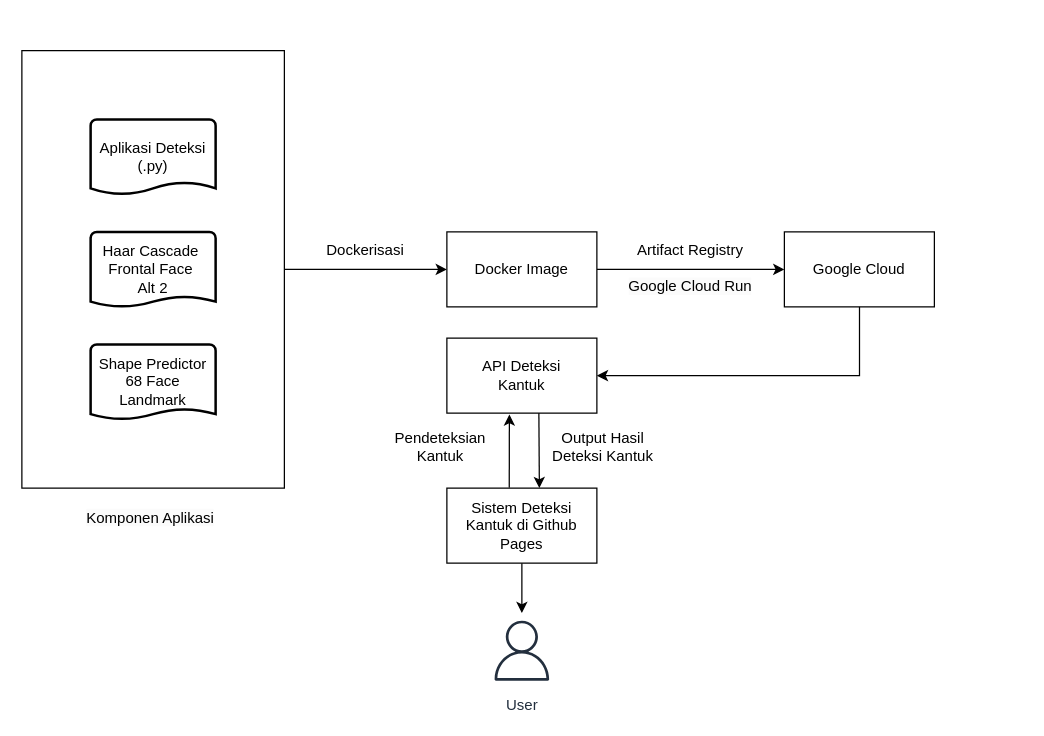
Earlier version of the draw.io diagram Implementasi.drawio (pakkaem/app.diagrams.net-repo). Source tidied: cells renumbered, new cells numbered last; positions are measured from the earlier drawing's top-left corner, leaving out a move shared by most shapes. Both pictures are drawn from the tidied source at 125%, with x=0, y=0 at pixel (21, 50).
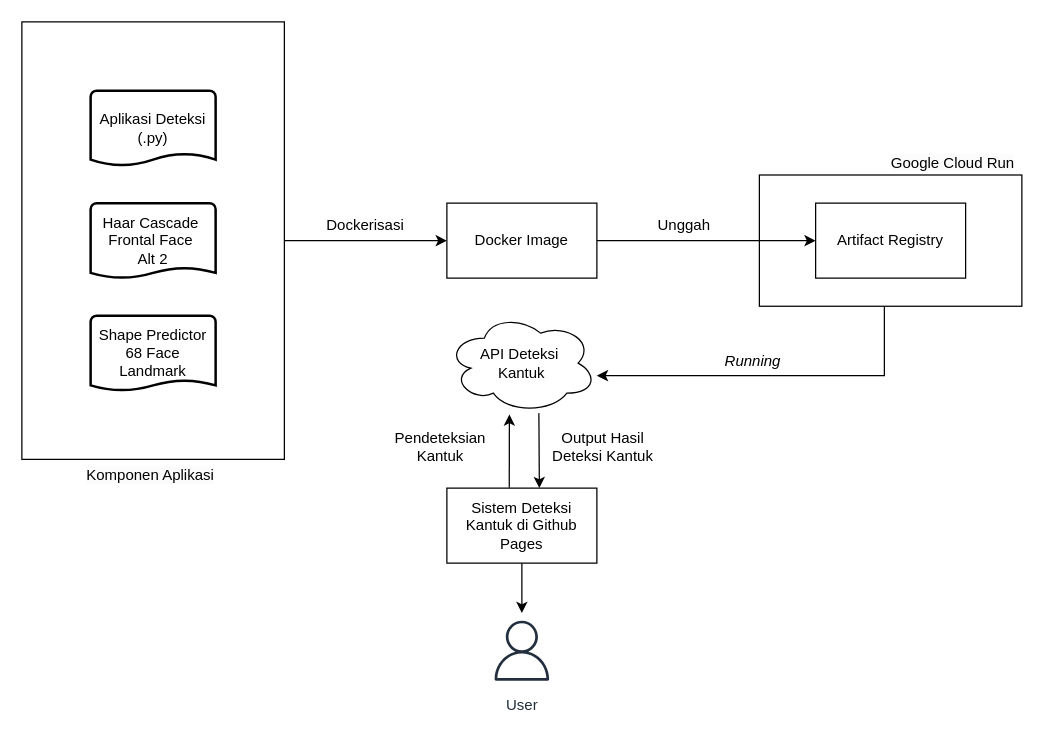
The same diagram, later.

Diff of the diagram source:
```diff
@@
-    <mxCell id="3" style="edgeStyle=orthogonalEdgeStyle;rounded=0;jettySize=auto;html=1;" parent="1" edge="1" source="4" target="7">
-      <mxGeometry relative="1" as="geometry" />
-    </mxCell>
     <mxCell id="4" value="Docker Image" style="whiteSpace=wrap;html=1;rounded=0;" parent="1" vertex="1">
-      <mxGeometry x="340" y="145" width="120" height="60" as="geometry" />
+      <mxGeometry x="340" y="122" width="120" height="60" as="geometry" />
     </mxCell>
     <mxCell id="5" value="Dockerisasi" style="text;html=1;align=center;verticalAlign=middle;whiteSpace=wrap;rounded=0;" parent="1" vertex="1">
-      <mxGeometry x="230" y="145" width="90" height="30" as="geometry" />
+      <mxGeometry x="230" y="125" width="90" height="30" as="geometry" />
     </mxCell>
-    <mxCell id="6" style="edgeStyle=orthogonalEdgeStyle;rounded=0;jettySize=auto;html=1;entryX=1;entryY=0.5;entryDx=0;entryDy=0;" parent="1" edge="1" target="10">
-      <mxGeometry relative="1" as="geometry">
-        <mxPoint x="670.1" y="175" as="sourcePoint" />
-        <Array as="points">
-          <mxPoint x="670" y="260" />
-        </Array>
-      </mxGeometry>
-    </mxCell>
+    <mxCell id="24" style="edgeStyle=orthogonalEdgeStyle;rounded=0;jettySize=auto;html=1;entryX=1;entryY=0.5;entryDx=0;entryDy=0;" parent="1" edge="1" source="7">
+      <mxGeometry relative="1" as="geometry">
+        <mxPoint x="460" y="260" as="targetPoint" />
+        <Array as="points">
+          <mxPoint x="690" y="260" />
+        </Array>
+      </mxGeometry>
+    </mxCell>
-    <mxCell id="7" value="Google Cloud" style="whiteSpace=wrap;html=1;rounded=0;" parent="1" vertex="1">
-      <mxGeometry x="610" y="145" width="120" height="60" as="geometry" />
+    <mxCell id="7" style="whiteSpace=wrap;html=1;rounded=0;" parent="1" vertex="1">
+      <mxGeometry x="590" y="99.5" width="210" height="105" as="geometry" />
     </mxCell>
-    <mxCell id="8" value="Artifact Registry" style="text;html=1;align=center;verticalAlign=middle;whiteSpace=wrap;rounded=0;" parent="1" vertex="1">
-      <mxGeometry x="480" y="145" width="110" height="30" as="geometry" />
-    </mxCell>
     <mxCell id="9" value="&lt;span style=&quot;color: rgb(0, 0, 0); font-family: Helvetica; font-size: 12px; font-style: normal; font-variant-ligatures: normal; font-variant-caps: normal; font-weight: 400; letter-spacing: normal; orphans: 2; text-indent: 0px; text-transform: none; widows: 2; word-spacing: 0px; -webkit-text-stroke-width: 0px; white-space: normal; background-color: rgb(251, 251, 251); text-decoration-thickness: initial; text-decoration-style: initial; text-decoration-color: initial; float: none; display: inline !important;&quot;&gt;Google Cloud Run&lt;/span&gt;" style="text;whiteSpace=wrap;html=1;align=center;" parent="1" vertex="1">
-      <mxGeometry x="480" y="175" width="110" height="30" as="geometry" />
+      <mxGeometry x="690" y="75.5" width="110" height="30" as="geometry" />
     </mxCell>
-    <mxCell id="10" value="API Deteksi&lt;div&gt;Kantuk&lt;/div&gt;" style="whiteSpace=wrap;html=1;rounded=0;" parent="1" vertex="1">
-      <mxGeometry x="340" y="230" width="120" height="60" as="geometry" />
-    </mxCell>
@@
     <mxCell id="15" style="group;" parent="1" vertex="1">
-      <mxGeometry width="210" height="350" as="geometry" />
+      <mxGeometry y="-23" width="210" height="350" as="geometry" />
     </mxCell>
@@
     <mxCell id="23" value="&lt;span style=&quot;color: rgb(0, 0, 0); font-family: Helvetica; font-size: 12px; font-style: normal; font-variant-ligatures: normal; font-variant-caps: normal; font-weight: 400; letter-spacing: normal; orphans: 2; text-align: center; text-indent: 0px; text-transform: none; widows: 2; word-spacing: 0px; -webkit-text-stroke-width: 0px; white-space: normal; background-color: rgb(251, 251, 251); text-decoration-thickness: initial; text-decoration-style: initial; text-decoration-color: initial; float: none; display: inline !important;&quot;&gt;Komponen Aplikasi&lt;/span&gt;" style="text;whiteSpace=wrap;html=1;" parent="1" vertex="1">
-      <mxGeometry x="50" y="360" width="110" height="20" as="geometry" />
+      <mxGeometry x="50" y="326" width="110" height="20" as="geometry" />
     </mxCell>
+    <mxCell id="8" value="Artifact Registry" style="whiteSpace=wrap;html=1;rounded=0;" parent="1" vertex="1">
+      <mxGeometry x="635" y="122" width="120" height="60" as="geometry" />
+    </mxCell>
+    <mxCell id="25" style="edgeStyle=orthogonalEdgeStyle;rounded=0;jettySize=auto;html=1;" parent="1" edge="1" source="4" target="8">
+      <mxGeometry relative="1" as="geometry" />
+    </mxCell>
+    <mxCell id="26" value="Unggah" style="text;html=1;align=center;verticalAlign=middle;whiteSpace=wrap;rounded=0;" parent="1" vertex="1">
+      <mxGeometry x="485" y="125" width="90" height="30" as="geometry" />
+    </mxCell>
+    <mxCell id="27" value="&lt;i&gt;Running&lt;/i&gt;" style="text;html=1;align=center;verticalAlign=middle;whiteSpace=wrap;rounded=0;" parent="1" vertex="1">
+      <mxGeometry x="540" y="234" width="90" height="30" as="geometry" />
+    </mxCell>
+    <mxCell id="10" value="API Deteksi&amp;nbsp;&lt;div&gt;Kantuk&lt;/div&gt;" style="ellipse;shape=cloud;whiteSpace=wrap;html=1;" parent="1" vertex="1">
+      <mxGeometry x="340" y="210" width="120" height="80" as="geometry" />
+    </mxCell>
```
